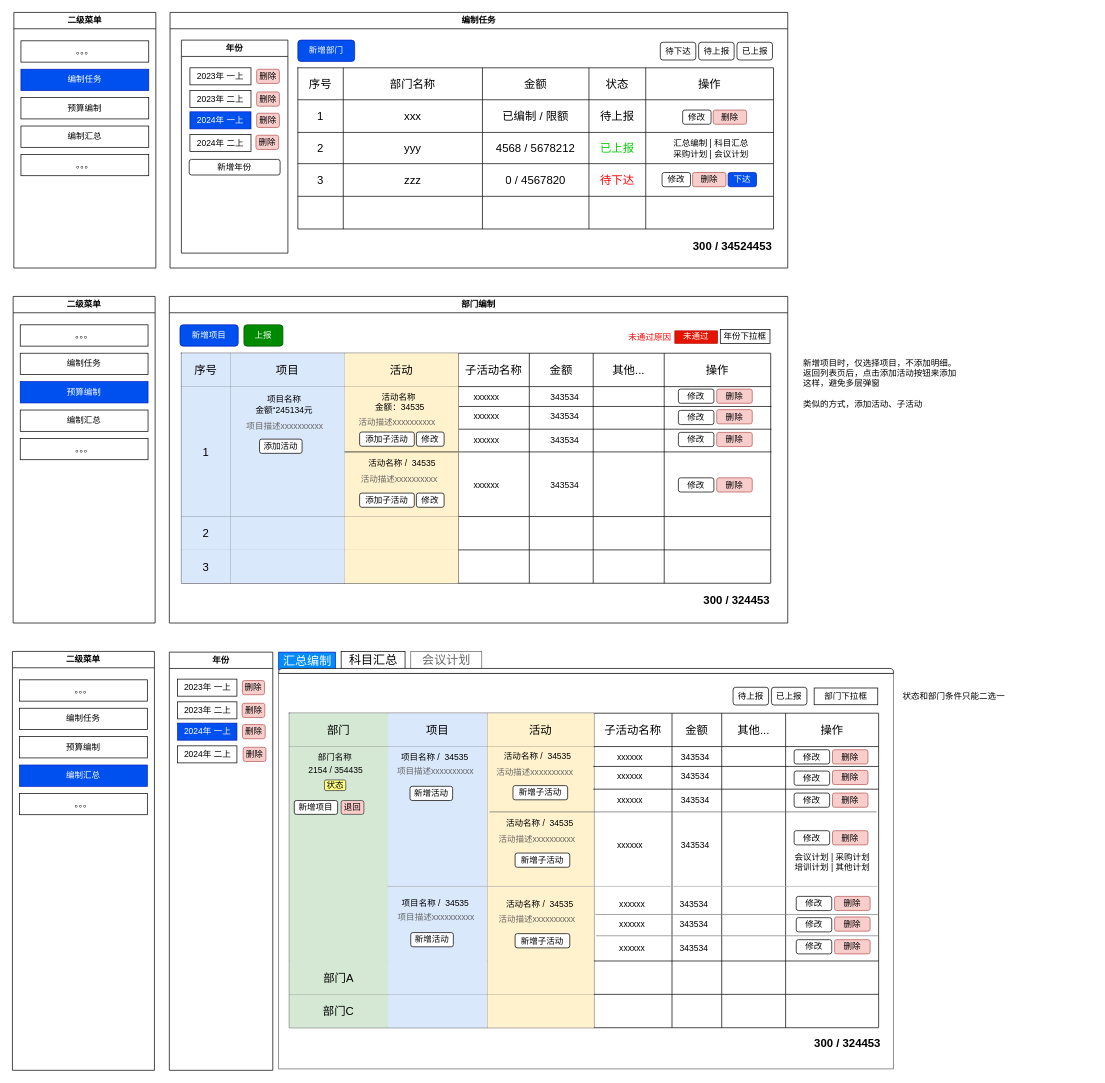
The draw.io diagram 编制财务.drawio in bxjg1987/abpGeneralModules, before the edit. Source tidied: cells renumbered, new cells numbered last; positions are measured from the earlier drawing's top-left corner, leaving out a move shared by most shapes. Both pictures are drawn from the tidied source at 71%, with x=0, y=0 at pixel (12, 12).
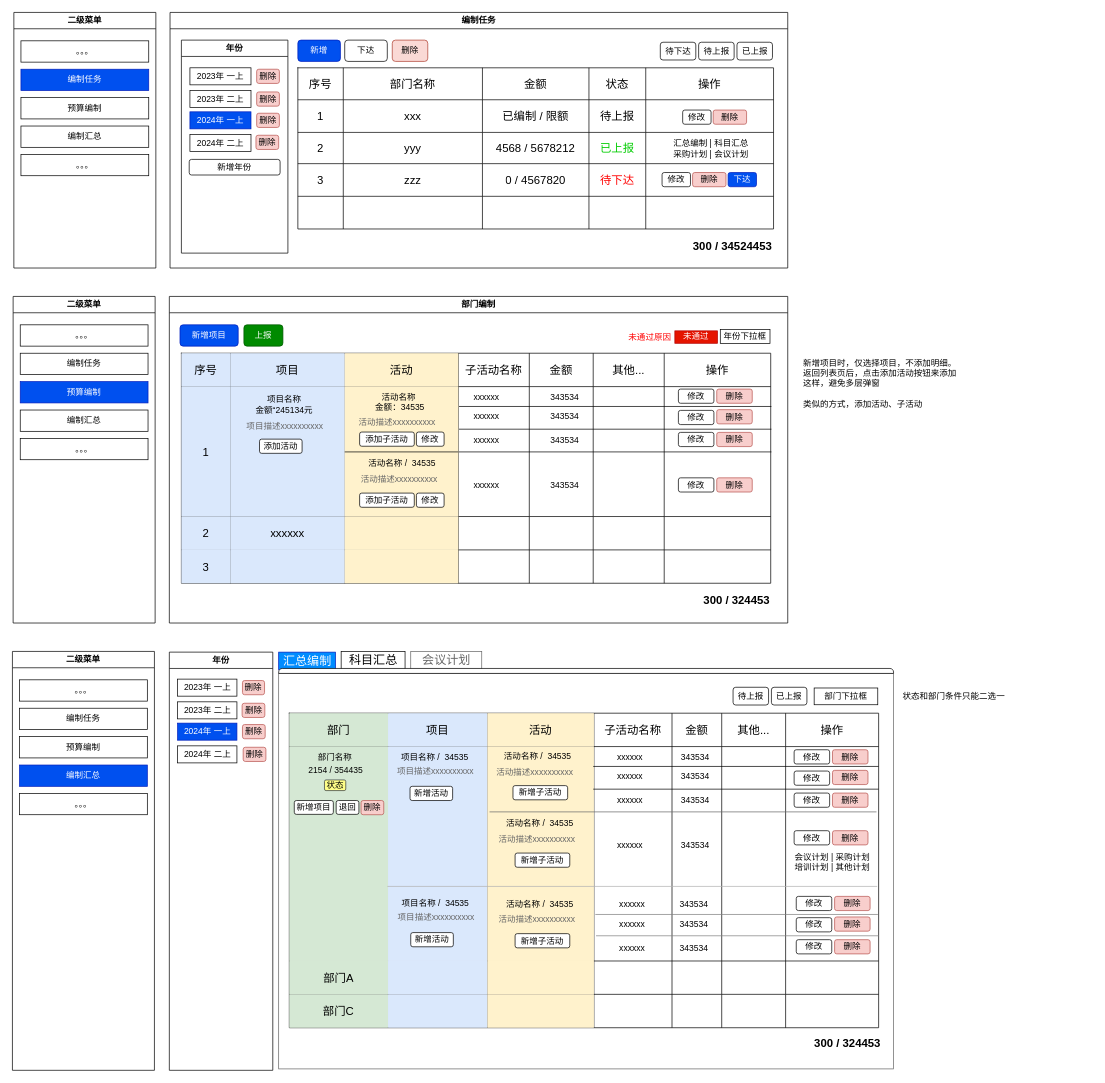
After the change.

Commit message:
更新编制财务.drawio

The change refers to these unchanged cells:
```xml
<mxCell id="2" value="编制任务" style="swimlane;whiteSpace=wrap;html=1;" parent="1" vertex="1">
  <mxGeometry x="222" width="870" height="360" as="geometry" />
</mxCell>
<mxCell id="79" style="shape=tableRow;horizontal=0;startSize=0;swimlaneHead=0;swimlaneBody=0;strokeColor=inherit;top=0;left=0;bottom=0;right=0;fillColor=none;fontSize=16;" parent="62" vertex="1">
  <mxGeometry y="230" width="830" height="47" as="geometry" />
</mxCell>
```

What changed in the source:
```diff
@@
-    <mxCell id="3" value="新增部门" style="rounded=1;whiteSpace=wrap;html=1;fillColor=#0050ef;fontColor=#ffffff;strokeColor=#001DBC;" parent="2" vertex="1">
-      <mxGeometry x="180" y="39" width="80" height="30" as="geometry" />
+    <mxCell id="3" value="新增" style="rounded=1;whiteSpace=wrap;html=1;fillColor=#0050ef;fontColor=#ffffff;strokeColor=#001DBC;" parent="2" vertex="1">
+      <mxGeometry x="180" y="39" width="60" height="30" as="geometry" />
     </mxCell>
@@
+    <mxCell id="252" value="删除" style="rounded=1;whiteSpace=wrap;html=1;fillColor=#fad9d5;strokeColor=#ae4132;" parent="2" vertex="1">
+      <mxGeometry x="313" y="39" width="50" height="30" as="geometry" />
+    </mxCell>
+    <mxCell id="253" value="下达" style="rounded=1;whiteSpace=wrap;html=1;" parent="2" vertex="1">
+      <mxGeometry x="246" y="39" width="60" height="30" as="geometry" />
+    </mxCell>
@@
-    <mxCell id="81" style="shape=partialRectangle;html=1;whiteSpace=wrap;strokeColor=#6c8ebf;overflow=hidden;fillColor=#dae8fc;top=0;left=0;bottom=0;right=0;fontSize=16;" parent="79" vertex="1">
+    <mxCell id="81" value="xxxxxx" style="shape=partialRectangle;html=1;whiteSpace=wrap;strokeColor=#6c8ebf;overflow=hidden;fillColor=#dae8fc;top=0;left=0;bottom=0;right=0;fontSize=16;" parent="79" vertex="1">
       <mxGeometry x="69" width="161" height="47" as="geometry" />
     </mxCell>
@@
     <mxCell id="233" value="新增项目" style="rounded=1;whiteSpace=wrap;html=1;" parent="1" vertex="1">
-      <mxGeometry x="397" y="1110" width="61" height="19.5" as="geometry" />
+      <mxGeometry x="397" y="1110" width="55" height="19.5" as="geometry" />
     </mxCell>
@@
-    <mxCell id="237" value="退回" style="rounded=1;whiteSpace=wrap;html=1;fillColor=#ffcccc;strokeColor=#36393d;" parent="1" vertex="1">
-      <mxGeometry x="463" y="1110" width="32" height="19.5" as="geometry" />
+    <mxCell id="237" value="退回" style="rounded=1;whiteSpace=wrap;html=1;" parent="1" vertex="1">
+      <mxGeometry x="456" y="1110" width="32" height="19.5" as="geometry" />
     </mxCell>
@@
+    <mxCell id="254" value="删除" style="rounded=1;whiteSpace=wrap;html=1;fillColor=#f8cecc;strokeColor=#b85450;" parent="1" vertex="1">
+      <mxGeometry x="491" y="1110" width="32" height="20" as="geometry" />
+    </mxCell>
```
